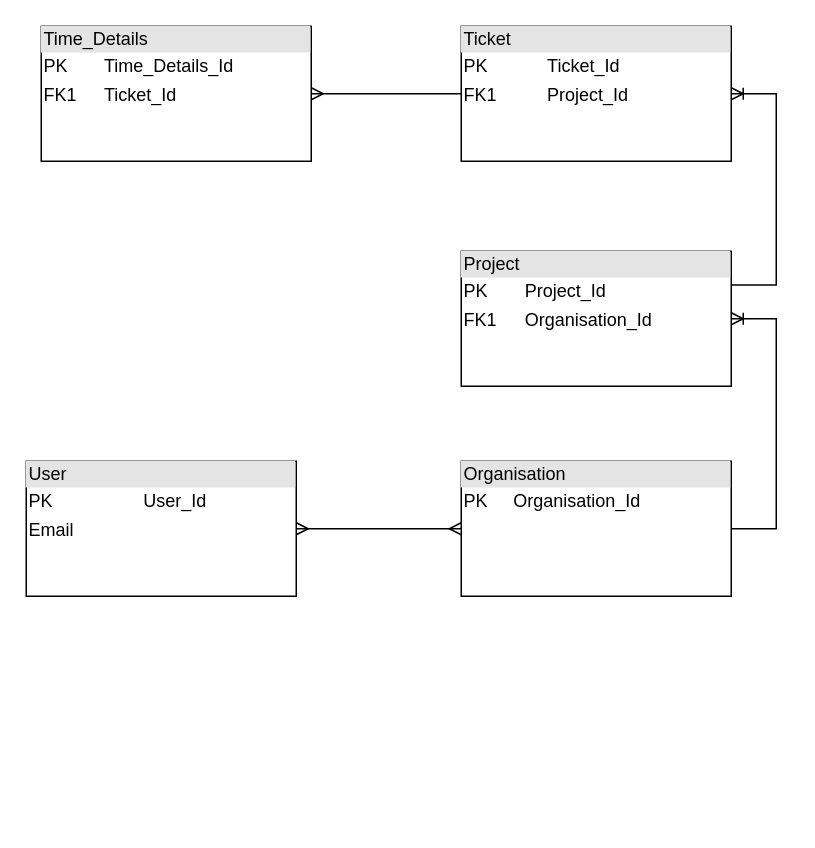
Before: GlobalClassDiagram.drawio in TunNetCom/TunNetCom-AionTime, a draw.io diagram. Source tidied: cells renumbered, new cells numbered last; positions are measured from the earlier drawing's top-left corner, leaving out a move shared by most shapes. Both pictures are drawn from the tidied source at 150%, with x=0, y=0 at pixel (26, 26).
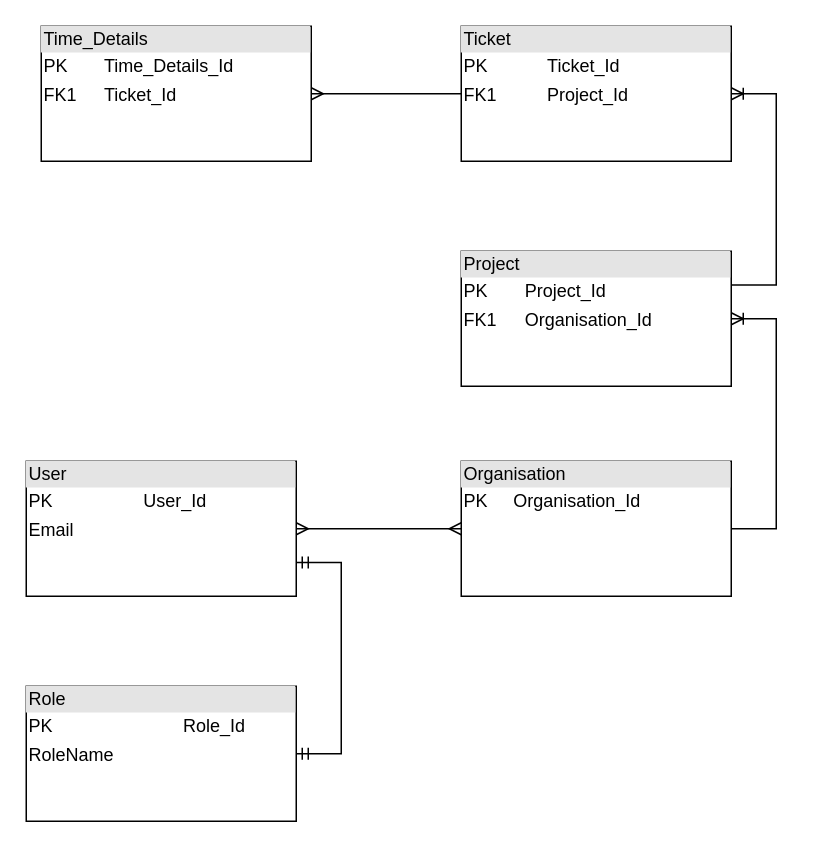
Above is the later version.

Change to the diagram source:
```diff
@@
 <mxGraphModel>
   <root>
     <mxCell id="0" />
     <mxCell id="1" parent="0" />
     <mxCell id="2" value="&lt;div style=&quot;box-sizing:border-box;width:100%;background:#e4e4e4;padding:2px;&quot;&gt;User&lt;/div&gt;&lt;table style=&quot;width:100%;font-size:1em;&quot; cellpadding=&quot;2&quot; cellspacing=&quot;0&quot;&gt;&lt;tbody&gt;&lt;tr&gt;&lt;td&gt;PK&lt;/td&gt;&lt;td&gt;User_Id&lt;/td&gt;&lt;/tr&gt;&lt;tr&gt;&lt;td&gt;Email&lt;br&gt;&lt;br&gt;&lt;/td&gt;&lt;td&gt;&lt;br&gt;&lt;br&gt;&lt;/td&gt;&lt;/tr&gt;&lt;/tbody&gt;&lt;/table&gt;" style="verticalAlign=top;align=left;overflow=fill;html=1;whiteSpace=wrap;" parent="1" vertex="1">
       <mxGeometry y="290" width="180" height="90" as="geometry" />
     </mxCell>
     <mxCell id="3" value="&lt;div style=&quot;box-sizing:border-box;width:100%;background:#e4e4e4;padding:2px;&quot;&gt;Organisation&lt;/div&gt;&lt;table style=&quot;width:100%;font-size:1em;&quot; cellpadding=&quot;2&quot; cellspacing=&quot;0&quot;&gt;&lt;tbody&gt;&lt;tr&gt;&lt;td&gt;PK&lt;/td&gt;&lt;td&gt;Organisation_Id&lt;/td&gt;&lt;/tr&gt;&lt;tr&gt;&lt;td&gt;&lt;br&gt;&lt;/td&gt;&lt;td&gt;&lt;/td&gt;&lt;/tr&gt;&lt;/tbody&gt;&lt;/table&gt;" style="verticalAlign=top;align=left;overflow=fill;html=1;whiteSpace=wrap;" parent="1" vertex="1">
       <mxGeometry x="290" y="290" width="180" height="90" as="geometry" />
     </mxCell>
     <mxCell id="4" value="&lt;div style=&quot;box-sizing:border-box;width:100%;background:#e4e4e4;padding:2px;&quot;&gt;Project&lt;/div&gt;&lt;table style=&quot;width:100%;font-size:1em;&quot; cellpadding=&quot;2&quot; cellspacing=&quot;0&quot;&gt;&lt;tbody&gt;&lt;tr&gt;&lt;td&gt;PK&lt;/td&gt;&lt;td&gt;Project_Id&lt;/td&gt;&lt;/tr&gt;&lt;tr&gt;&lt;td&gt;FK1&lt;/td&gt;&lt;td&gt;Organisation_Id&lt;/td&gt;&lt;/tr&gt;&lt;tr&gt;&lt;td&gt;&lt;/td&gt;&lt;td&gt;&lt;br&gt;&lt;/td&gt;&lt;/tr&gt;&lt;/tbody&gt;&lt;/table&gt;" style="verticalAlign=top;align=left;overflow=fill;html=1;whiteSpace=wrap;" parent="1" vertex="1">
       <mxGeometry x="290" y="150" width="180" height="90" as="geometry" />
     </mxCell>
     <mxCell id="5" value="&lt;div style=&quot;box-sizing:border-box;width:100%;background:#e4e4e4;padding:2px;&quot;&gt;Ticket&lt;/div&gt;&lt;table style=&quot;width:100%;font-size:1em;&quot; cellpadding=&quot;2&quot; cellspacing=&quot;0&quot;&gt;&lt;tbody&gt;&lt;tr&gt;&lt;td&gt;PK&lt;/td&gt;&lt;td&gt;Ticket_Id&lt;/td&gt;&lt;/tr&gt;&lt;tr&gt;&lt;td&gt;FK1&lt;/td&gt;&lt;td&gt;Project_Id&lt;/td&gt;&lt;/tr&gt;&lt;tr&gt;&lt;td&gt;&lt;/td&gt;&lt;td&gt;&lt;br&gt;&lt;/td&gt;&lt;/tr&gt;&lt;/tbody&gt;&lt;/table&gt;" style="verticalAlign=top;align=left;overflow=fill;html=1;whiteSpace=wrap;" parent="1" vertex="1">
       <mxGeometry x="290" width="180" height="90" as="geometry" />
     </mxCell>
     <mxCell id="6" value="&lt;div style=&quot;box-sizing:border-box;width:100%;background:#e4e4e4;padding:2px;&quot;&gt;Time_Details&lt;/div&gt;&lt;table style=&quot;width:100%;font-size:1em;&quot; cellpadding=&quot;2&quot; cellspacing=&quot;0&quot;&gt;&lt;tbody&gt;&lt;tr&gt;&lt;td&gt;PK&lt;/td&gt;&lt;td&gt;Time_Details_Id&lt;/td&gt;&lt;/tr&gt;&lt;tr&gt;&lt;td&gt;FK1&lt;/td&gt;&lt;td&gt;Ticket_Id&lt;/td&gt;&lt;/tr&gt;&lt;tr&gt;&lt;td&gt;&lt;/td&gt;&lt;td&gt;&lt;br&gt;&lt;/td&gt;&lt;/tr&gt;&lt;/tbody&gt;&lt;/table&gt;" style="verticalAlign=top;align=left;overflow=fill;html=1;whiteSpace=wrap;" parent="1" vertex="1">
       <mxGeometry x="10" width="180" height="90" as="geometry" />
     </mxCell>
     <mxCell id="7" style="edgeStyle=entityRelationEdgeStyle;fontSize=12;html=1;endArrow=ERmany;startArrow=ERmany;rounded=0;exitX=1;exitY=0.5;exitDx=0;exitDy=0;entryX=0;entryY=0.5;entryDx=0;entryDy=0;" parent="1" edge="1" source="2" target="3">
       <mxGeometry relative="1" as="geometry" />
     </mxCell>
     <mxCell id="8" style="edgeStyle=entityRelationEdgeStyle;fontSize=12;html=1;endArrow=ERoneToMany;rounded=0;exitX=1;exitY=0.5;exitDx=0;exitDy=0;" parent="1" edge="1" source="3" target="4">
       <mxGeometry relative="1" as="geometry" />
     </mxCell>
     <mxCell id="9" style="edgeStyle=entityRelationEdgeStyle;fontSize=12;html=1;endArrow=ERoneToMany;rounded=0;exitX=1;exitY=0.25;exitDx=0;exitDy=0;entryX=1;entryY=0.5;entryDx=0;entryDy=0;" parent="1" edge="1" source="4" target="5">
       <mxGeometry relative="1" as="geometry" />
     </mxCell>
     <mxCell id="10" style="edgeStyle=entityRelationEdgeStyle;fontSize=12;html=1;endArrow=ERmany;rounded=0;exitX=0;exitY=0.5;exitDx=0;exitDy=0;entryX=1;entryY=0.5;entryDx=0;entryDy=0;" parent="1" edge="1" source="5" target="6">
       <mxGeometry relative="1" as="geometry" />
     </mxCell>
+    <mxCell id="11" value="&lt;div style=&quot;box-sizing:border-box;width:100%;background:#e4e4e4;padding:2px;&quot;&gt;Role&lt;/div&gt;&lt;table style=&quot;width:100%;font-size:1em;&quot; cellpadding=&quot;2&quot; cellspacing=&quot;0&quot;&gt;&lt;tbody&gt;&lt;tr&gt;&lt;td&gt;PK&lt;/td&gt;&lt;td&gt;Role_Id&lt;/td&gt;&lt;/tr&gt;&lt;tr&gt;&lt;td&gt;RoleName&lt;br&gt;&lt;br&gt;&lt;/td&gt;&lt;td&gt;&lt;br&gt;&lt;br&gt;&lt;/td&gt;&lt;/tr&gt;&lt;/tbody&gt;&lt;/table&gt;" style="verticalAlign=top;align=left;overflow=fill;html=1;whiteSpace=wrap;" parent="1" vertex="1">
+      <mxGeometry y="440" width="180" height="90" as="geometry" />
+    </mxCell>
+    <mxCell id="12" style="edgeStyle=entityRelationEdgeStyle;fontSize=12;html=1;endArrow=ERmandOne;startArrow=ERmandOne;rounded=0;entryX=1;entryY=0.75;entryDx=0;entryDy=0;exitX=1;exitY=0.5;exitDx=0;exitDy=0;" parent="1" edge="1" source="11" target="2">
+      <mxGeometry relative="1" as="geometry" />
+    </mxCell>
   </root>
 </mxGraphModel>
```
